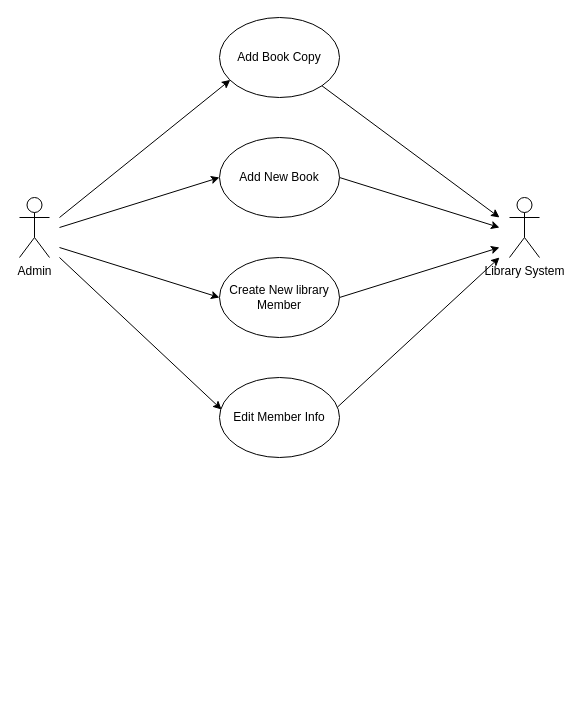
This is Admin Use Case.drawio from megaunknown/UML, a draw.io file, before an edit. Source tidied: cells renumbered, new cells numbered last; positions are measured from the earlier drawing's top-left corner, leaving out a move shared by most shapes. Both pictures are drawn from the tidied source at 100%, with x=0, y=0 at pixel (19, 17).
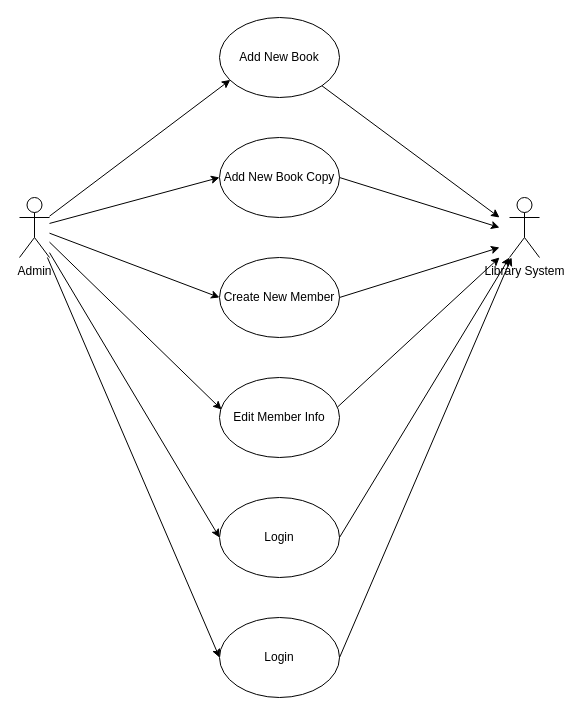
The same diagram, later.

Unchanged cells that the change refers to:
```xml
<mxCell id="2" value="Admin" style="shape=umlActor;verticalLabelPosition=bottom;labelBackgroundColor=#ffffff;verticalAlign=top;html=1;outlineConnect=0;" parent="1" vertex="1">
  <mxGeometry y="180" width="30" height="60" as="geometry" />
</mxCell>
<mxCell id="6" value="Edit Member Info" style="ellipse;whiteSpace=wrap;html=1;" parent="1" vertex="1">
  <mxGeometry x="200" y="360" width="120" height="80" as="geometry" />
</mxCell>
<mxCell id="7" value="Library System" style="shape=umlActor;verticalLabelPosition=bottom;labelBackgroundColor=#ffffff;verticalAlign=top;html=1;outlineConnect=0;" parent="1" vertex="1">
  <mxGeometry x="490" y="180" width="30" height="60" as="geometry" />
</mxCell>
```

The edit, as a diff of the source:
```diff
@@
-    <mxCell id="3" value="Add Book Copy" style="ellipse;whiteSpace=wrap;html=1;" parent="1" vertex="1">
+    <mxCell id="3" value="Add New Book" style="ellipse;whiteSpace=wrap;html=1;" parent="1" vertex="1">
       <mxGeometry x="200" width="120" height="80" as="geometry" />
     </mxCell>
-    <mxCell id="4" value="Add New Book" style="ellipse;whiteSpace=wrap;html=1;" parent="1" vertex="1">
+    <mxCell id="4" value="Add New Book Copy" style="ellipse;whiteSpace=wrap;html=1;" parent="1" vertex="1">
       <mxGeometry x="200" y="120" width="120" height="80" as="geometry" />
     </mxCell>
-    <mxCell id="5" value="Create New library Member" style="ellipse;whiteSpace=wrap;html=1;" parent="1" vertex="1">
+    <mxCell id="5" value="Create New Member" style="ellipse;whiteSpace=wrap;html=1;" parent="1" vertex="1">
       <mxGeometry x="200" y="240" width="120" height="80" as="geometry" />
     </mxCell>
@@
-    <mxCell id="8" style="endArrow=classic;html=1;entryX=0.09;entryY=0.78;entryDx=0;entryDy=0;entryPerimeter=0;" parent="1" edge="1" target="3">
-      <mxGeometry relative="1" as="geometry">
-        <mxPoint x="40" y="200" as="sourcePoint" />
-      </mxGeometry>
+    <mxCell id="8" style="endArrow=classic;html=1;entryX=0.09;entryY=0.78;entryDx=0;entryDy=0;entryPerimeter=0;" parent="1" edge="1" source="2" target="3">
+      <mxGeometry relative="1" as="geometry" />
     </mxCell>
-    <mxCell id="9" style="endArrow=classic;html=1;entryX=0;entryY=0.5;entryDx=0;entryDy=0;" parent="1" edge="1" target="4">
-      <mxGeometry relative="1" as="geometry">
-        <mxPoint x="40" y="210" as="sourcePoint" />
-      </mxGeometry>
+    <mxCell id="9" style="endArrow=classic;html=1;entryX=0;entryY=0.5;entryDx=0;entryDy=0;" parent="1" edge="1" source="2" target="4">
+      <mxGeometry relative="1" as="geometry" />
     </mxCell>
-    <mxCell id="10" style="endArrow=classic;html=1;entryX=0;entryY=0.5;entryDx=0;entryDy=0;" parent="1" edge="1" target="5">
-      <mxGeometry relative="1" as="geometry">
-        <mxPoint x="40" y="230" as="sourcePoint" />
-      </mxGeometry>
+    <mxCell id="10" style="endArrow=classic;html=1;entryX=0;entryY=0.5;entryDx=0;entryDy=0;" parent="1" edge="1" source="2" target="5">
+      <mxGeometry relative="1" as="geometry" />
     </mxCell>
-    <mxCell id="11" style="endArrow=classic;html=1;entryX=0.017;entryY=0.4;entryDx=0;entryDy=0;entryPerimeter=0;" parent="1" edge="1" target="6">
-      <mxGeometry relative="1" as="geometry">
-        <mxPoint x="40" y="240" as="sourcePoint" />
-      </mxGeometry>
+    <mxCell id="11" style="endArrow=classic;html=1;entryX=0.017;entryY=0.4;entryDx=0;entryDy=0;entryPerimeter=0;" parent="1" edge="1" source="2" target="6">
+      <mxGeometry relative="1" as="geometry" />
     </mxCell>
@@
+    <mxCell id="16" value="Login" style="ellipse;whiteSpace=wrap;html=1;" parent="1" vertex="1">
+      <mxGeometry x="200" y="480" width="120" height="80" as="geometry" />
+    </mxCell>
+    <mxCell id="17" value="Login" style="ellipse;whiteSpace=wrap;html=1;" parent="1" vertex="1">
+      <mxGeometry x="200" y="600" width="120" height="80" as="geometry" />
+    </mxCell>
+    <mxCell id="18" style="endArrow=classic;html=1;entryX=0;entryY=0.5;entryDx=0;entryDy=0;" parent="1" edge="1" source="2" target="16">
+      <mxGeometry relative="1" as="geometry" />
+    </mxCell>
+    <mxCell id="19" style="endArrow=classic;html=1;entryX=0;entryY=0.5;entryDx=0;entryDy=0;" parent="1" edge="1" source="2" target="17">
+      <mxGeometry relative="1" as="geometry" />
+    </mxCell>
+    <mxCell id="20" style="endArrow=classic;html=1;exitX=1;exitY=0.5;exitDx=0;exitDy=0;entryX=0;entryY=1;entryDx=0;entryDy=0;entryPerimeter=0;" parent="1" edge="1" source="16" target="7">
+      <mxGeometry relative="1" as="geometry" />
+    </mxCell>
+    <mxCell id="21" style="endArrow=classic;html=1;exitX=1;exitY=0.5;exitDx=0;exitDy=0;" parent="1" edge="1" source="17" target="7">
+      <mxGeometry relative="1" as="geometry" />
+    </mxCell>
```
